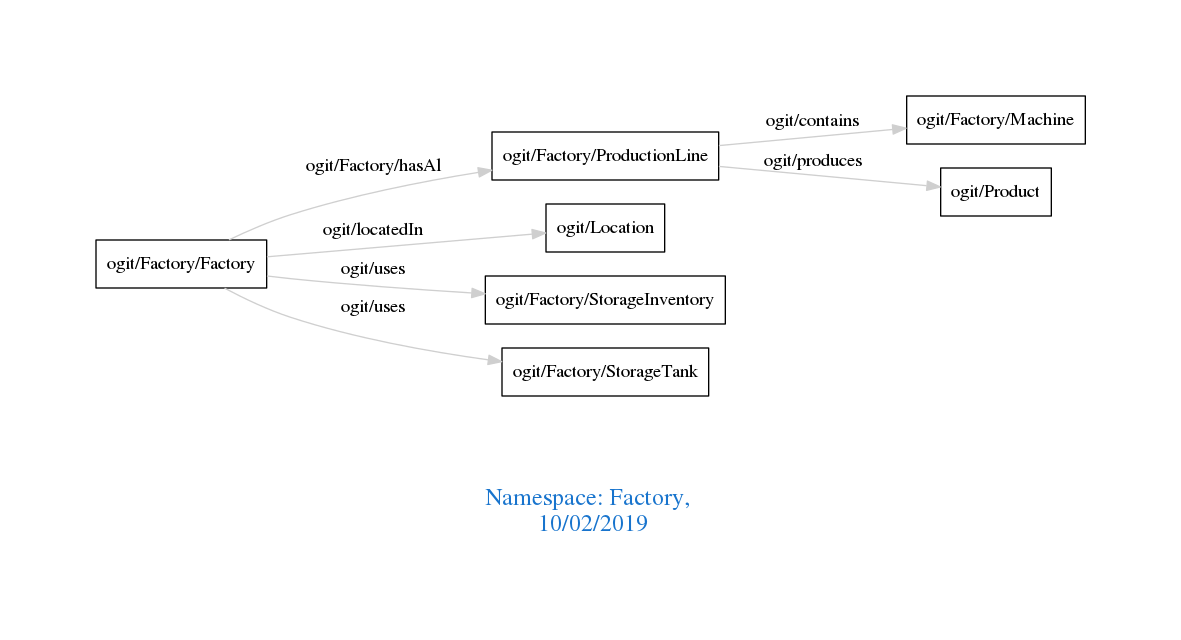
arago/OGIT keeps this Graphviz diagram as downloads/Factory.png. Above is the earlier version. Its source is kept beside it as downloads/Factory.dot. Its diagram source:
```dot
digraph OGIT_ontology {
 graph [ rankdir= LR,pad=1
fontsize = 18,
fontcolor= dodgerblue3,label = "\n\n\nNamespace: Factory, \n 10/02/2019"];
node[shape=polygon];
edge [  color="gray81"];

   "ogit/Factory/ProductionLine" -> "ogit/Factory/Machine" [label="   ogit/contains    "];
   "ogit/Factory/Factory" -> "ogit/Factory/ProductionLine" [label="   ogit/Factory/hasAl    "];
   "ogit/Factory/Factory" -> "ogit/Location" [label="   ogit/locatedIn    "];
   "ogit/Factory/ProductionLine" -> "ogit/Product" [label="   ogit/produces    "];
   "ogit/Factory/Factory" -> "ogit/Factory/StorageInventory" [label="   ogit/uses    "];
   "ogit/Factory/Factory" -> "ogit/Factory/StorageTank" [label="   ogit/uses    "];
}
```
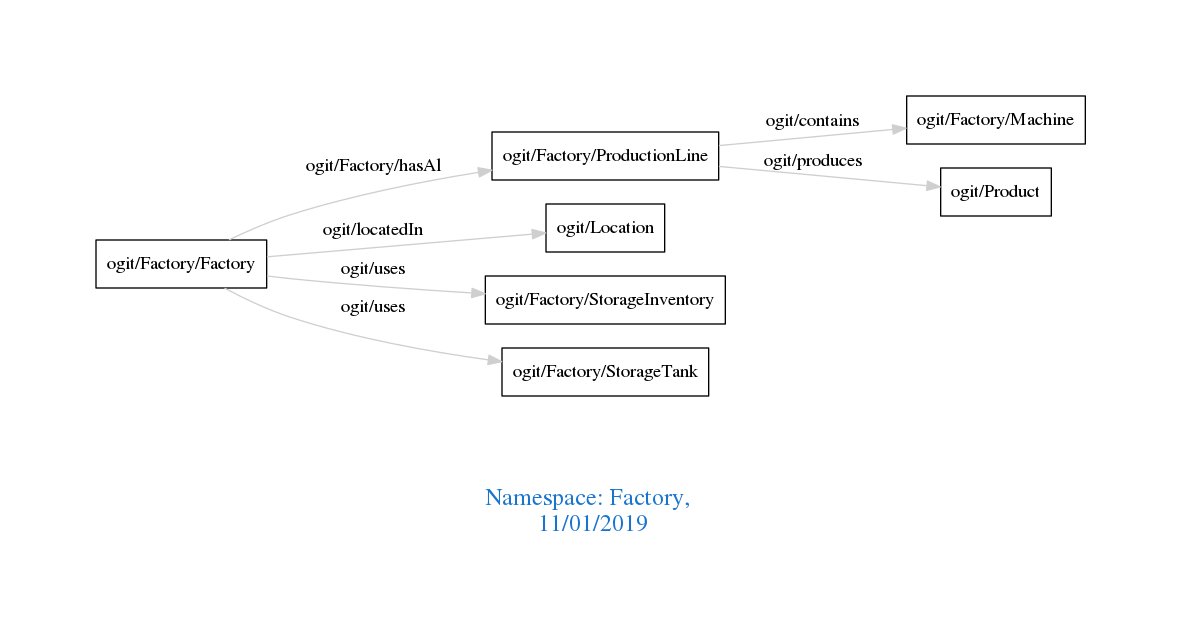
The same diagram one commit later.

Change to the diagram source:
```diff
@@ -1,7 +1,7 @@
 digraph OGIT_ontology {
  graph [ rankdir= LR,pad=1
 fontsize = 18,
-fontcolor= dodgerblue3,label = "\n\n\nNamespace: Factory, \n 10/02/2019"];
+fontcolor= dodgerblue3,label = "\n\n\nNamespace: Factory, \n 11/01/2019"];
 node[shape=polygon];
 edge [  color="gray81"];
 
```
